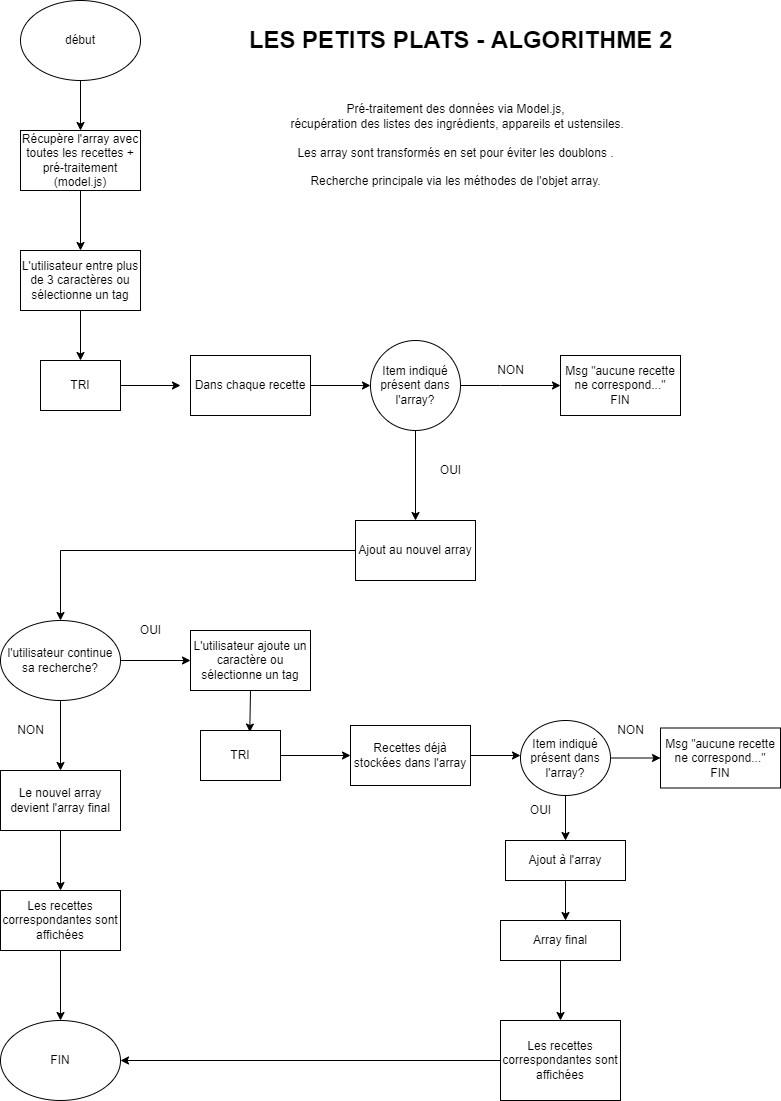
The draw.io diagram Organigrammes/Algo2.png in lea-bana/Les-petits-plats, before a commit. Source tidied: cells renumbered, new cells last; positions are measured from the earlier drawing's top-left corner, leaving out a move shared by most shapes. The source it was exported from:
```xml
<mxGraphModel background="#ffffff">
  <root>
    <mxCell id="0" />
    <mxCell id="1" parent="0" />
    <mxCell id="2" value="début" style="ellipse;whiteSpace=wrap;html=1;" parent="1" vertex="1">
      <mxGeometry x="20" width="120" height="80" as="geometry" />
    </mxCell>
    <mxCell id="3" style="endArrow=classic;html=1;rounded=0;exitX=0.5;exitY=1;exitDx=0;exitDy=0;" parent="1" edge="1" source="2">
      <mxGeometry relative="1" as="geometry">
        <mxPoint x="80" y="130" as="targetPoint" />
      </mxGeometry>
    </mxCell>
    <mxCell id="4" value="Récupère l'array avec toutes les recettes + pré-traitement (model.js)" style="rounded=0;whiteSpace=wrap;html=1;" parent="1" vertex="1">
      <mxGeometry x="20" y="130" width="120" height="60" as="geometry" />
    </mxCell>
    <mxCell id="5" style="endArrow=classic;html=1;rounded=0;exitX=0.5;exitY=1;exitDx=0;exitDy=0;" parent="1" edge="1" source="4">
      <mxGeometry relative="1" as="geometry">
        <mxPoint x="80" y="250" as="targetPoint" />
      </mxGeometry>
    </mxCell>
    <mxCell id="6" value="L'utilisateur entre plus de 3 caractères ou sélectionne un tag" style="rounded=0;whiteSpace=wrap;html=1;" parent="1" vertex="1">
      <mxGeometry x="20" y="250" width="120" height="60" as="geometry" />
    </mxCell>
    <mxCell id="7" style="endArrow=classic;html=1;rounded=0;exitX=0.5;exitY=1;exitDx=0;exitDy=0;" parent="1" edge="1" source="6">
      <mxGeometry relative="1" as="geometry">
        <mxPoint x="80" y="360" as="targetPoint" />
      </mxGeometry>
    </mxCell>
    <mxCell id="8" value="TRI" style="rounded=0;whiteSpace=wrap;html=1;" parent="1" vertex="1">
      <mxGeometry x="40" y="360" width="80" height="50" as="geometry" />
    </mxCell>
    <mxCell id="9" style="endArrow=classic;html=1;rounded=0;exitX=1;exitY=0.5;exitDx=0;exitDy=0;" parent="1" edge="1" source="8">
      <mxGeometry relative="1" as="geometry">
        <mxPoint x="180" y="385" as="targetPoint" />
      </mxGeometry>
    </mxCell>
    <mxCell id="10" value="Dans chaque recette" style="rounded=0;whiteSpace=wrap;html=1;" parent="1" vertex="1">
      <mxGeometry x="190" y="355" width="120" height="60" as="geometry" />
    </mxCell>
    <mxCell id="11" style="endArrow=classic;html=1;rounded=0;exitX=1;exitY=0.5;exitDx=0;exitDy=0;" parent="1" edge="1" source="10">
      <mxGeometry relative="1" as="geometry">
        <mxPoint x="370" y="385" as="targetPoint" />
      </mxGeometry>
    </mxCell>
    <mxCell id="12" value="Item indiqué présent dans l'array?" style="ellipse;whiteSpace=wrap;html=1;" parent="1" vertex="1">
      <mxGeometry x="370" y="340" width="90" height="90" as="geometry" />
    </mxCell>
    <mxCell id="13" style="endArrow=classic;html=1;rounded=0;exitX=1;exitY=0.5;exitDx=0;exitDy=0;" parent="1" edge="1" source="12">
      <mxGeometry relative="1" as="geometry">
        <mxPoint x="560" y="385" as="targetPoint" />
        <Array as="points">
          <mxPoint x="500" y="385" />
        </Array>
      </mxGeometry>
    </mxCell>
    <mxCell id="14" value="Msg &quot;aucune recette ne correspond...&quot;&lt;br&gt;FIN" style="rounded=0;whiteSpace=wrap;html=1;" parent="1" vertex="1">
      <mxGeometry x="560" y="355" width="120" height="60" as="geometry" />
    </mxCell>
    <mxCell id="15" value="NON" style="text;html=1;align=center;verticalAlign=middle;strokeColor=none;fillColor=none;" parent="1" vertex="1">
      <mxGeometry x="490" y="360" width="40" height="20" as="geometry" />
    </mxCell>
    <mxCell id="16" style="endArrow=classic;html=1;rounded=0;exitX=0.5;exitY=1;exitDx=0;exitDy=0;entryX=0.5;entryY=0;entryDx=0;entryDy=0;" parent="1" edge="1" source="12" target="17">
      <mxGeometry relative="1" as="geometry" />
    </mxCell>
    <mxCell id="17" value="Ajout au nouvel array" style="rounded=0;whiteSpace=wrap;html=1;" parent="1" vertex="1">
      <mxGeometry x="355" y="520" width="120" height="60" as="geometry" />
    </mxCell>
    <mxCell id="18" style="endArrow=classic;html=1;rounded=0;exitX=0;exitY=0.5;exitDx=0;exitDy=0;entryX=0.5;entryY=0;entryDx=0;entryDy=0;" parent="1" edge="1" source="17" target="19">
      <mxGeometry relative="1" as="geometry">
        <Array as="points">
          <mxPoint x="60" y="550" />
        </Array>
      </mxGeometry>
    </mxCell>
    <mxCell id="19" value="l'utilisateur continue sa recherche?" style="ellipse;whiteSpace=wrap;html=1;" parent="1" vertex="1">
      <mxGeometry y="620" width="120" height="80" as="geometry" />
    </mxCell>
    <mxCell id="20" style="endArrow=classic;html=1;rounded=0;exitX=1;exitY=0.5;exitDx=0;exitDy=0;" parent="1" edge="1" source="19">
      <mxGeometry relative="1" as="geometry">
        <mxPoint x="190" y="660" as="targetPoint" />
      </mxGeometry>
    </mxCell>
    <mxCell id="21" value="OUI" style="text;html=1;align=center;verticalAlign=middle;strokeColor=none;fillColor=none;" parent="1" vertex="1">
      <mxGeometry x="130" y="620" width="40" height="20" as="geometry" />
    </mxCell>
    <mxCell id="22" style="endArrow=classic;html=1;rounded=0;exitX=0.5;exitY=1;exitDx=0;exitDy=0;" parent="1" edge="1" source="19" target="24">
      <mxGeometry relative="1" as="geometry" />
    </mxCell>
    <mxCell id="23" value="NON" style="text;html=1;align=center;verticalAlign=middle;strokeColor=none;fillColor=none;" parent="1" vertex="1">
      <mxGeometry x="10" y="720" width="40" height="20" as="geometry" />
    </mxCell>
    <mxCell id="24" value="Le nouvel array devient l'array final" style="rounded=0;whiteSpace=wrap;html=1;" parent="1" vertex="1">
      <mxGeometry y="770" width="120" height="60" as="geometry" />
    </mxCell>
    <mxCell id="25" style="endArrow=classic;html=1;rounded=0;exitX=0.5;exitY=1;exitDx=0;exitDy=0;entryX=0.616;entryY=0.031;entryDx=0;entryDy=0;entryPerimeter=0;" parent="1" edge="1" source="31" target="32">
      <mxGeometry relative="1" as="geometry" />
    </mxCell>
    <mxCell id="26" style="endArrow=classic;html=1;rounded=0;exitX=0.5;exitY=1;exitDx=0;exitDy=0;" parent="1" edge="1" source="24">
      <mxGeometry relative="1" as="geometry">
        <mxPoint x="60" y="890" as="targetPoint" />
      </mxGeometry>
    </mxCell>
    <mxCell id="27" value="Les recettes correspondantes sont affichées" style="rounded=0;whiteSpace=wrap;html=1;" parent="1" vertex="1">
      <mxGeometry y="890" width="120" height="60" as="geometry" />
    </mxCell>
    <mxCell id="28" style="endArrow=classic;html=1;rounded=0;exitX=0.5;exitY=1;exitDx=0;exitDy=0;" parent="1" edge="1" source="27">
      <mxGeometry relative="1" as="geometry">
        <mxPoint x="60" y="1020" as="targetPoint" />
      </mxGeometry>
    </mxCell>
    <mxCell id="29" value="FIN" style="ellipse;whiteSpace=wrap;html=1;" parent="1" vertex="1">
      <mxGeometry y="1020" width="120" height="80" as="geometry" />
    </mxCell>
    <mxCell id="30" value="OUI" style="text;html=1;align=center;verticalAlign=middle;strokeColor=none;fillColor=none;" parent="1" vertex="1">
      <mxGeometry x="430" y="460" width="40" height="20" as="geometry" />
    </mxCell>
    <mxCell id="31" value="L'utilisateur ajoute un caractère ou sélectionne un tag" style="rounded=0;whiteSpace=wrap;html=1;" parent="1" vertex="1">
      <mxGeometry x="190" y="630" width="120" height="60" as="geometry" />
    </mxCell>
    <mxCell id="32" value="TRI" style="rounded=0;whiteSpace=wrap;html=1;" parent="1" vertex="1">
      <mxGeometry x="200" y="730" width="80" height="50" as="geometry" />
    </mxCell>
    <mxCell id="33" style="endArrow=classic;html=1;rounded=0;exitX=1;exitY=0.5;exitDx=0;exitDy=0;" parent="1" edge="1" source="32">
      <mxGeometry relative="1" as="geometry">
        <mxPoint x="350" y="755" as="targetPoint" />
      </mxGeometry>
    </mxCell>
    <mxCell id="34" value="Recettes déjà stockées dans l'array" style="rounded=0;whiteSpace=wrap;html=1;" parent="1" vertex="1">
      <mxGeometry x="350" y="725" width="120" height="60" as="geometry" />
    </mxCell>
    <mxCell id="35" style="endArrow=classic;html=1;rounded=0;exitX=1;exitY=0.5;exitDx=0;exitDy=0;" parent="1" edge="1" source="34">
      <mxGeometry relative="1" as="geometry">
        <mxPoint x="520" y="755" as="targetPoint" />
      </mxGeometry>
    </mxCell>
    <mxCell id="36" value="Item indiqué présent dans l'array?" style="ellipse;whiteSpace=wrap;html=1;" parent="1" vertex="1">
      <mxGeometry x="520" y="720" width="90" height="75" as="geometry" />
    </mxCell>
    <mxCell id="37" value="Msg &quot;aucune recette ne correspond...&quot;&lt;br&gt;FIN" style="rounded=0;whiteSpace=wrap;html=1;" parent="1" vertex="1">
      <mxGeometry x="660" y="727.5" width="120" height="60" as="geometry" />
    </mxCell>
    <mxCell id="38" style="endArrow=classic;html=1;rounded=0;exitX=1;exitY=0.5;exitDx=0;exitDy=0;entryX=0;entryY=0.5;entryDx=0;entryDy=0;" parent="1" edge="1" source="36" target="37">
      <mxGeometry relative="1" as="geometry" />
    </mxCell>
    <mxCell id="39" value="NON" style="text;html=1;align=center;verticalAlign=middle;strokeColor=none;fillColor=none;" parent="1" vertex="1">
      <mxGeometry x="610" y="720" width="40" height="20" as="geometry" />
    </mxCell>
    <mxCell id="40" style="endArrow=classic;html=1;rounded=0;exitX=0.5;exitY=1;exitDx=0;exitDy=0;" parent="1" edge="1" source="36">
      <mxGeometry relative="1" as="geometry">
        <mxPoint x="565" y="840" as="targetPoint" />
      </mxGeometry>
    </mxCell>
    <mxCell id="41" value="OUI" style="text;html=1;align=center;verticalAlign=middle;strokeColor=none;fillColor=none;" parent="1" vertex="1">
      <mxGeometry x="520" y="800" width="40" height="20" as="geometry" />
    </mxCell>
    <mxCell id="42" value="Ajout à l'array" style="rounded=0;whiteSpace=wrap;html=1;" parent="1" vertex="1">
      <mxGeometry x="505" y="840" width="120" height="40" as="geometry" />
    </mxCell>
    <mxCell id="43" style="endArrow=classic;html=1;rounded=0;exitX=0.5;exitY=1;exitDx=0;exitDy=0;" parent="1" edge="1" source="42">
      <mxGeometry relative="1" as="geometry">
        <mxPoint x="565" y="920" as="targetPoint" />
      </mxGeometry>
    </mxCell>
    <mxCell id="44" value="Array final" style="rounded=0;whiteSpace=wrap;html=1;" parent="1" vertex="1">
      <mxGeometry x="500" y="920" width="120" height="40" as="geometry" />
    </mxCell>
    <mxCell id="45" value="Les recettes correspondantes sont affichées" style="rounded=0;whiteSpace=wrap;html=1;" parent="1" vertex="1">
      <mxGeometry x="500" y="1020" width="120" height="80" as="geometry" />
    </mxCell>
    <mxCell id="46" style="endArrow=classic;html=1;rounded=0;" parent="1" edge="1" source="44">
      <mxGeometry relative="1" as="geometry">
        <mxPoint x="560" y="1020" as="targetPoint" />
      </mxGeometry>
    </mxCell>
    <mxCell id="47" style="endArrow=classic;html=1;rounded=0;exitX=0;exitY=0.5;exitDx=0;exitDy=0;entryX=1;entryY=0.5;entryDx=0;entryDy=0;" parent="1" edge="1" source="45" target="29">
      <mxGeometry relative="1" as="geometry" />
    </mxCell>
    <mxCell id="48" value="&lt;h1&gt;LES PETITS PLATS - ALGORITHME 2&lt;/h1&gt;" style="text;html=1;align=center;verticalAlign=middle;strokeColor=none;fillColor=none;" parent="1" vertex="1">
      <mxGeometry x="240" y="15" width="440" height="50" as="geometry" />
    </mxCell>
    <mxCell id="49" value="Pré-traitement des données via Model.js,&lt;br&gt;&amp;nbsp;récupération des listes des ingrédients, appareils et ustensiles.&lt;br&gt;&lt;br&gt;Les array sont transformés en set pour éviter les doublons .&lt;br&gt;&lt;br&gt;Recherche principale via les méthodes de l'objet array." style="text;html=1;align=center;verticalAlign=middle;strokeColor=none;fillColor=none;" parent="1" vertex="1">
      <mxGeometry x="280" y="100" width="350" height="90" as="geometry" />
    </mxCell>
  </root>
</mxGraphModel>
```
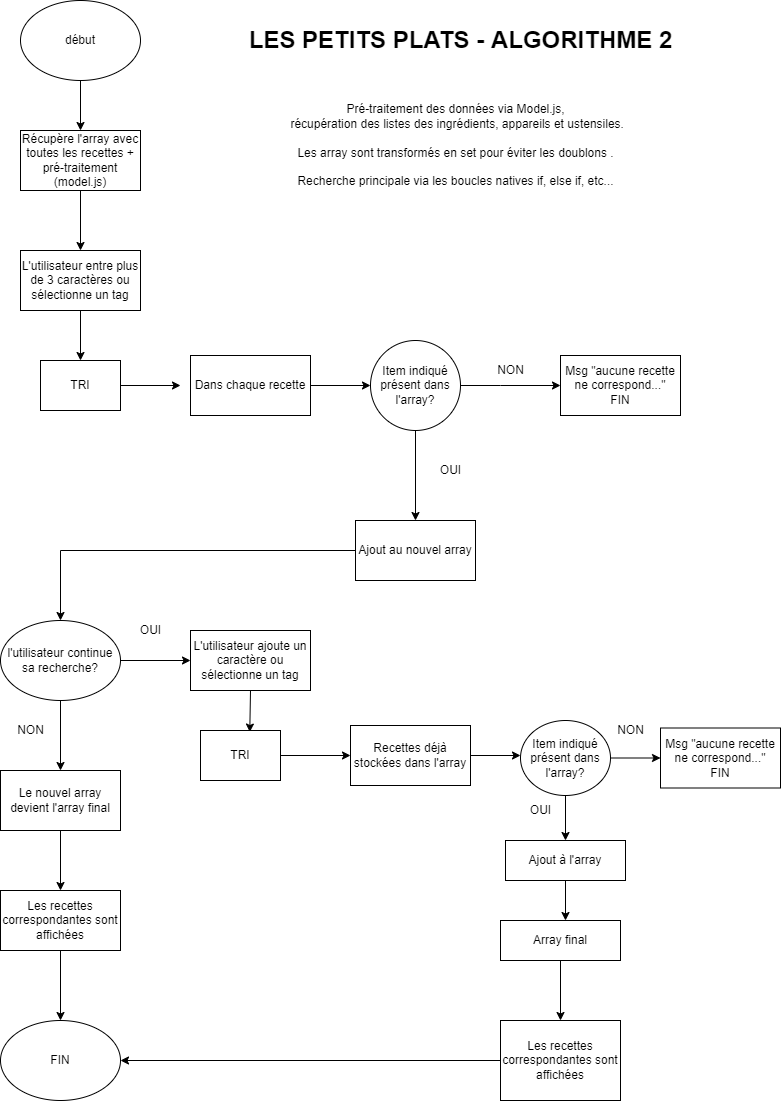
Above is the later version.

Change to the diagram source:
```diff
@@ -178,7 +178,7 @@
     <mxCell id="48" value="&lt;h1&gt;LES PETITS PLATS - ALGORITHME 2&lt;/h1&gt;" style="text;html=1;align=center;verticalAlign=middle;strokeColor=none;fillColor=none;" parent="1" vertex="1">
       <mxGeometry x="240" y="15" width="440" height="50" as="geometry" />
     </mxCell>
-    <mxCell id="49" value="Pré-traitement des données via Model.js,&lt;br&gt;&amp;nbsp;récupération des listes des ingrédients, appareils et ustensiles.&lt;br&gt;&lt;br&gt;Les array sont transformés en set pour éviter les doublons .&lt;br&gt;&lt;br&gt;Recherche principale via les méthodes de l'objet array." style="text;html=1;align=center;verticalAlign=middle;strokeColor=none;fillColor=none;" parent="1" vertex="1">
+    <mxCell id="49" value="Pré-traitement des données via Model.js,&lt;br&gt;&amp;nbsp;récupération des listes des ingrédients, appareils et ustensiles.&lt;br&gt;&lt;br&gt;Les array sont transformés en set pour éviter les doublons .&lt;br&gt;&lt;br&gt;Recherche principale via les boucles natives if, else if, etc..." style="text;html=1;align=center;verticalAlign=middle;strokeColor=none;fillColor=none;" parent="1" vertex="1">
       <mxGeometry x="280" y="100" width="350" height="90" as="geometry" />
     </mxCell>
   </root>
```
